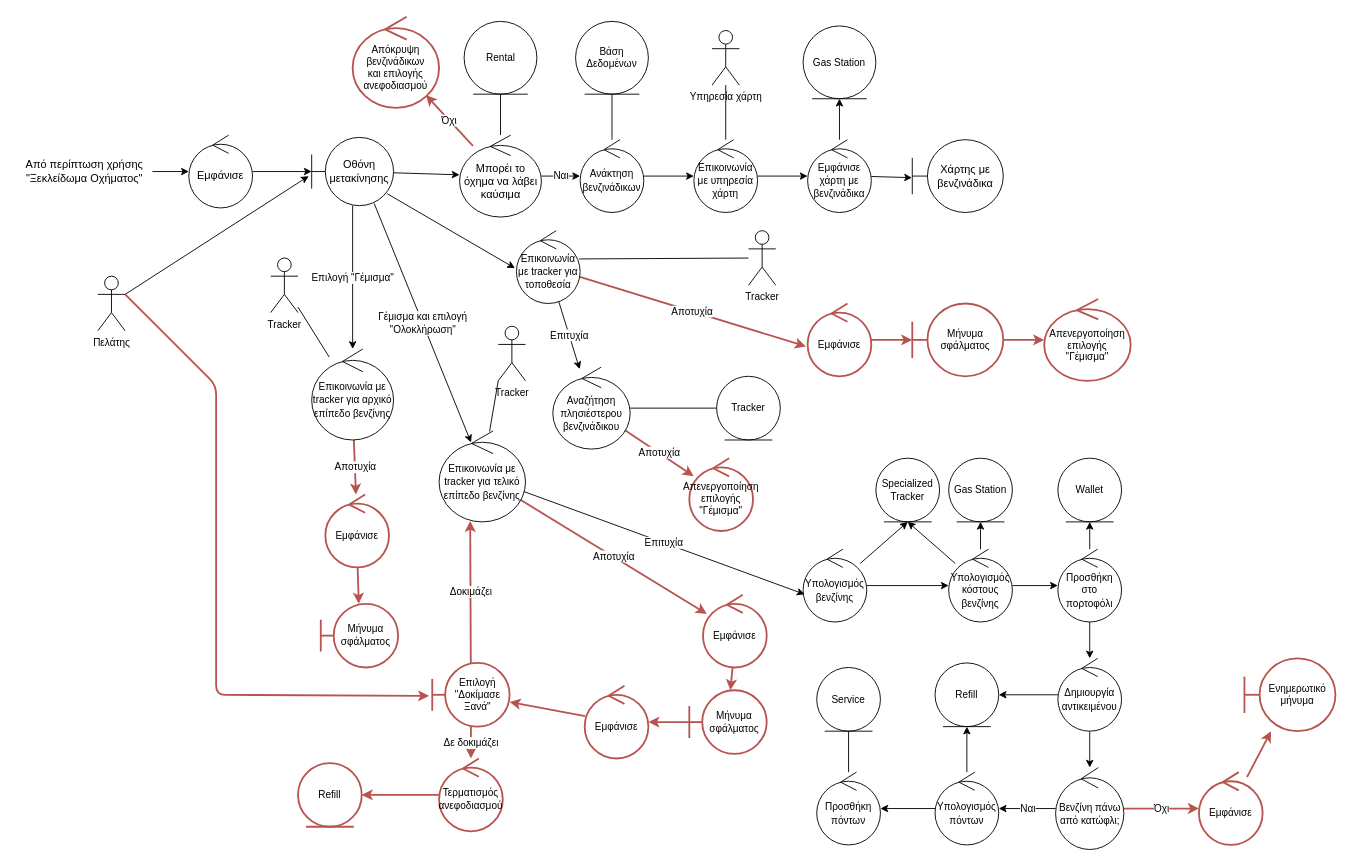
Earlier version of the draw.io diagram Part_3/Robustness/diagrams/14_Ανεφοδιασμός_Οχήματος.drawio (Nikolis2002/texnoligia_logismikou). Source tidied: cells renumbered, new cells numbered last; positions are measured from the earlier drawing's top-left corner, leaving out a move shared by most shapes. Both pictures are drawn from the tidied source at 91%, with x=0, y=0 at pixel (15, 16).
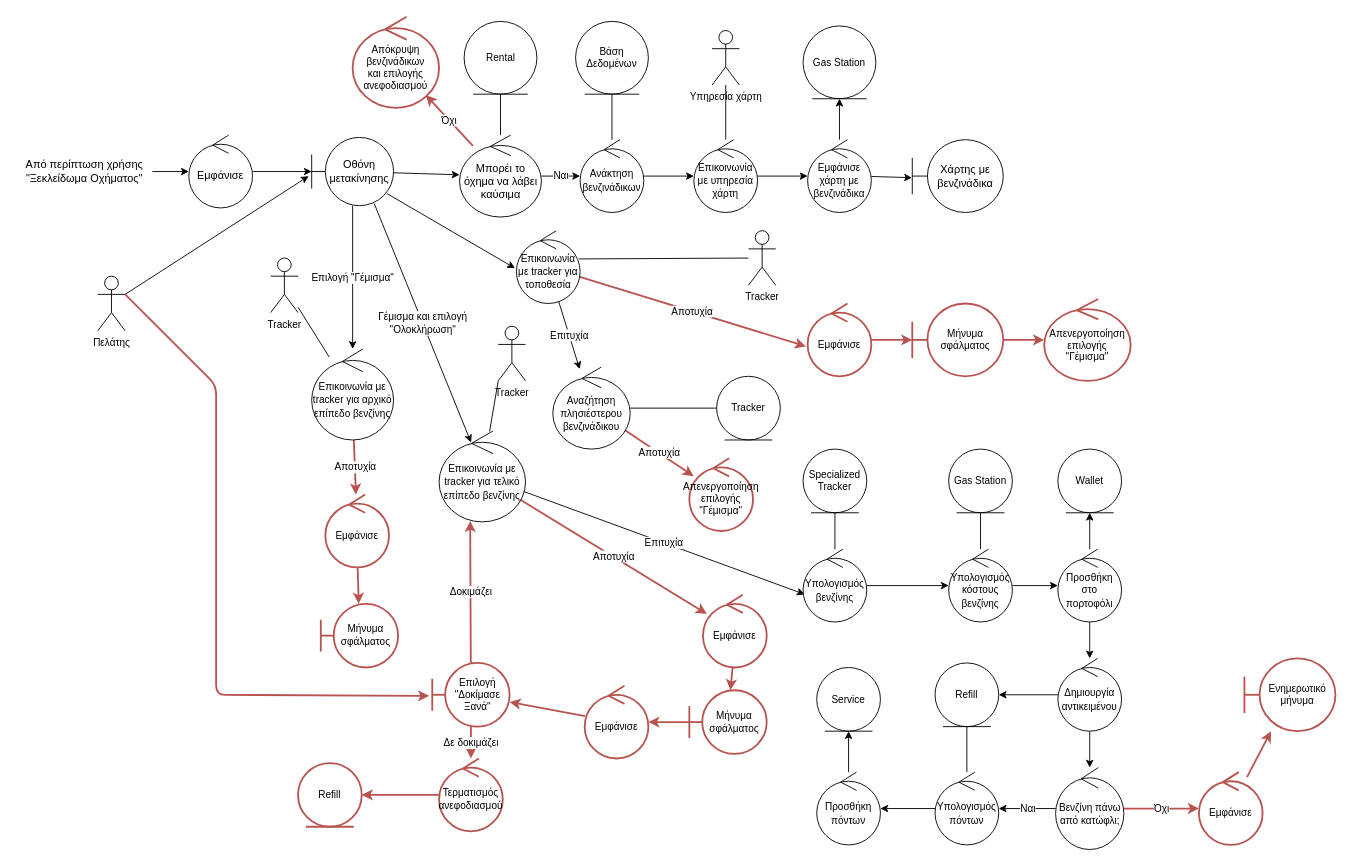
The same diagram, later.

Commit message (it also covers changes not shown here):
Changes use case 3

Unchanged cells that the change refers to:
```xml
<mxCell id="62" value="&lt;font style=&quot;font-size: 11px;&quot;&gt;Υπολογισμός βενζίνης&lt;/font&gt;" style="ellipse;shape=umlControl;whiteSpace=wrap;html=1;" parent="1" vertex="1">
  <mxGeometry x="865" y="585" width="70" height="80" as="geometry" />
</mxCell>
<mxCell id="66" value="&lt;font style=&quot;font-size: 11px;&quot;&gt;Υπολογισμός κόστους βενζίνης&lt;/font&gt;" style="ellipse;shape=umlControl;whiteSpace=wrap;html=1;" parent="1" vertex="1">
  <mxGeometry x="1025" y="585" width="70" height="80" as="geometry" />
</mxCell>
<mxCell id="81" value="&lt;span style=&quot;font-size: 11px;&quot;&gt;Υπολογισμός πόντων&lt;/span&gt;" style="ellipse;shape=umlControl;whiteSpace=wrap;html=1;" parent="1" vertex="1">
  <mxGeometry x="1010" y="830" width="70" height="80" as="geometry" />
</mxCell>
<mxCell id="83" value="&lt;span style=&quot;font-size: 11px;&quot;&gt;Προσθήκη πόντων&lt;/span&gt;" style="ellipse;shape=umlControl;whiteSpace=wrap;html=1;" parent="1" vertex="1">
  <mxGeometry x="880" y="830" width="70" height="80" as="geometry" />
</mxCell>
<mxCell id="87" value="Refill" style="ellipse;shape=umlEntity;whiteSpace=wrap;html=1;fontSize=11;" parent="1" vertex="1">
  <mxGeometry x="1010" y="710" width="70" height="70" as="geometry" />
</mxCell>
<mxCell id="100" value="Service" style="ellipse;shape=umlEntity;whiteSpace=wrap;html=1;fontSize=11;" parent="1" vertex="1">
  <mxGeometry x="880" y="715" width="70" height="70" as="geometry" />
</mxCell>
```

What changed in the source:
```diff
@@
-    <mxCell id="60" style="edgeStyle=none;html=1;entryX=0.5;entryY=1;entryDx=0;entryDy=0;" parent="1" edge="1" source="62" target="68">
+    <mxCell id="60" style="edgeStyle=none;html=1;entryX=0.5;entryY=1;entryDx=0;entryDy=0;endArrow=none;endFill=0;" parent="1" edge="1" source="62" target="68">
       <mxGeometry relative="1" as="geometry" />
     </mxCell>
@@
-    <mxCell id="63" style="edgeStyle=none;html=1;entryX=0.5;entryY=1;entryDx=0;entryDy=0;" parent="1" edge="1" source="66" target="68">
-      <mxGeometry relative="1" as="geometry" />
-    </mxCell>
-    <mxCell id="64" style="edgeStyle=none;html=1;entryX=0.5;entryY=1;entryDx=0;entryDy=0;" parent="1" edge="1" source="66" target="67">
+    <mxCell id="64" style="edgeStyle=none;html=1;entryX=0.5;entryY=1;entryDx=0;entryDy=0;endArrow=none;endFill=0;" parent="1" edge="1" source="66" target="67">
       <mxGeometry relative="1" as="geometry" />
     </mxCell>
@@
     <mxCell id="67" value="Gas Station" style="ellipse;shape=umlEntity;whiteSpace=wrap;html=1;fontSize=11;" parent="1" vertex="1">
-      <mxGeometry x="1025" y="485" width="70" height="70" as="geometry" />
+      <mxGeometry x="1025" y="475" width="70" height="70" as="geometry" />
     </mxCell>
     <mxCell id="68" value="Specialized&lt;br&gt;Tracker" style="ellipse;shape=umlEntity;whiteSpace=wrap;html=1;fontSize=11;" parent="1" vertex="1">
-      <mxGeometry x="945" y="485" width="70" height="70" as="geometry" />
+      <mxGeometry x="865" y="475" width="70" height="70" as="geometry" />
     </mxCell>
@@
     <mxCell id="72" value="Wallet" style="ellipse;shape=umlEntity;whiteSpace=wrap;html=1;fontSize=11;" parent="1" vertex="1">
-      <mxGeometry x="1145" y="485" width="70" height="70" as="geometry" />
+      <mxGeometry x="1145" y="475" width="70" height="70" as="geometry" />
     </mxCell>
@@
-    <mxCell id="80" style="edgeStyle=none;html=1;" parent="1" edge="1" source="81" target="87">
+    <mxCell id="80" style="edgeStyle=none;html=1;endArrow=none;endFill=0;" parent="1" edge="1" source="81" target="87">
       <mxGeometry relative="1" as="geometry" />
     </mxCell>
@@
-    <mxCell id="82" style="edgeStyle=none;html=1;" parent="1" edge="1" source="83">
-      <mxGeometry relative="1" as="geometry">
-        <mxPoint x="915" y="765" as="targetPoint" />
-      </mxGeometry>
+    <mxCell id="82" style="edgeStyle=none;html=1;entryX=0.5;entryY=1;entryDx=0;entryDy=0;" parent="1" edge="1" source="83" target="100">
+      <mxGeometry relative="1" as="geometry" />
     </mxCell>
```
